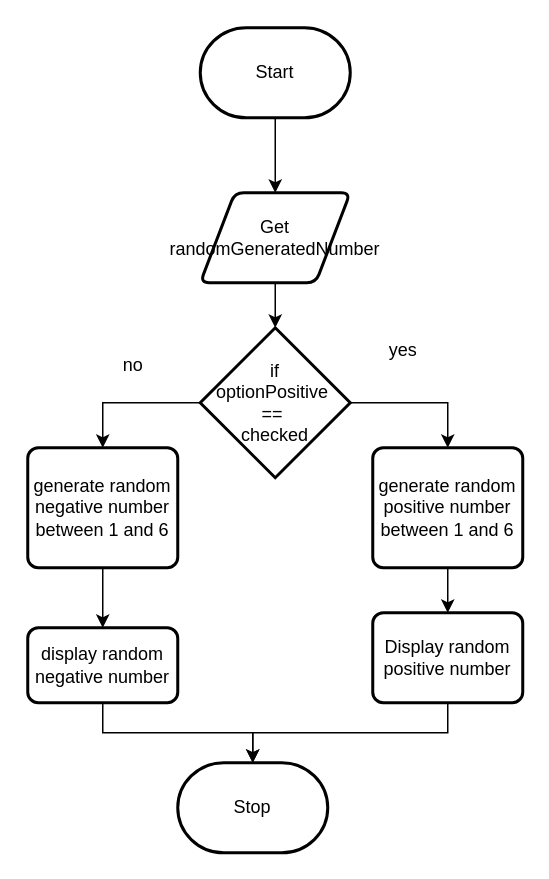
This is design/flowchart.drawio from MTHS-ICD2O-1-2024/ICD2O-Unit-5-02-Domenic-dangelo, a draw.io file, before an edit. Source tidied: cells renumbered, new cells numbered last; positions are measured from the earlier drawing's top-left corner, leaving out a move shared by most shapes. Both pictures are drawn from the tidied source at 150%, with x=0, y=0 at pixel (27, 27).
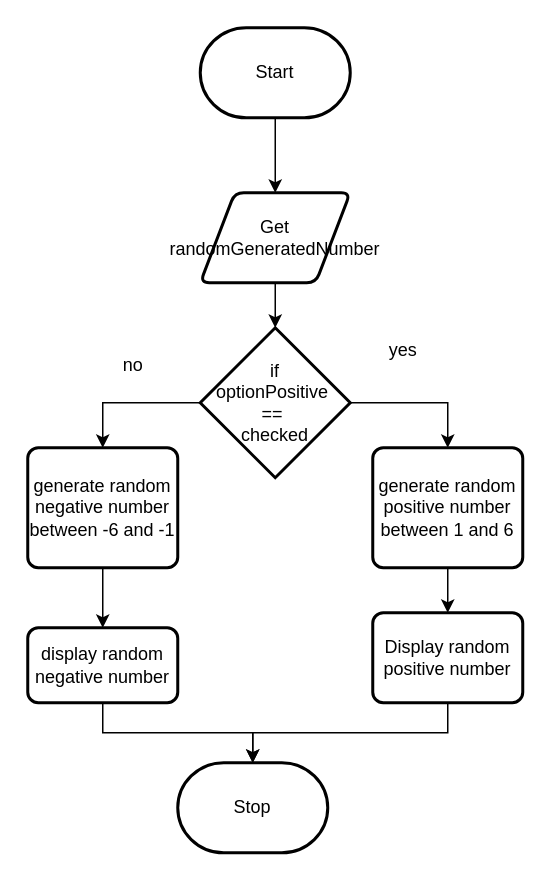
The same diagram, later.

Commit message (it also covers changes not shown here):
flowchart negative

The edit, as a diff of the source:
```diff
@@
-    <mxCell id="14" value="generate random negative number between 1 and 6" style="rounded=1;whiteSpace=wrap;html=1;absoluteArcSize=1;arcSize=14;strokeWidth=2;" parent="1" vertex="1">
+    <mxCell id="14" value="generate random negative number between -6 and -1" style="rounded=1;whiteSpace=wrap;html=1;absoluteArcSize=1;arcSize=14;strokeWidth=2;" parent="1" vertex="1">
       <mxGeometry y="280" width="100" height="80" as="geometry" />
     </mxCell>
```
